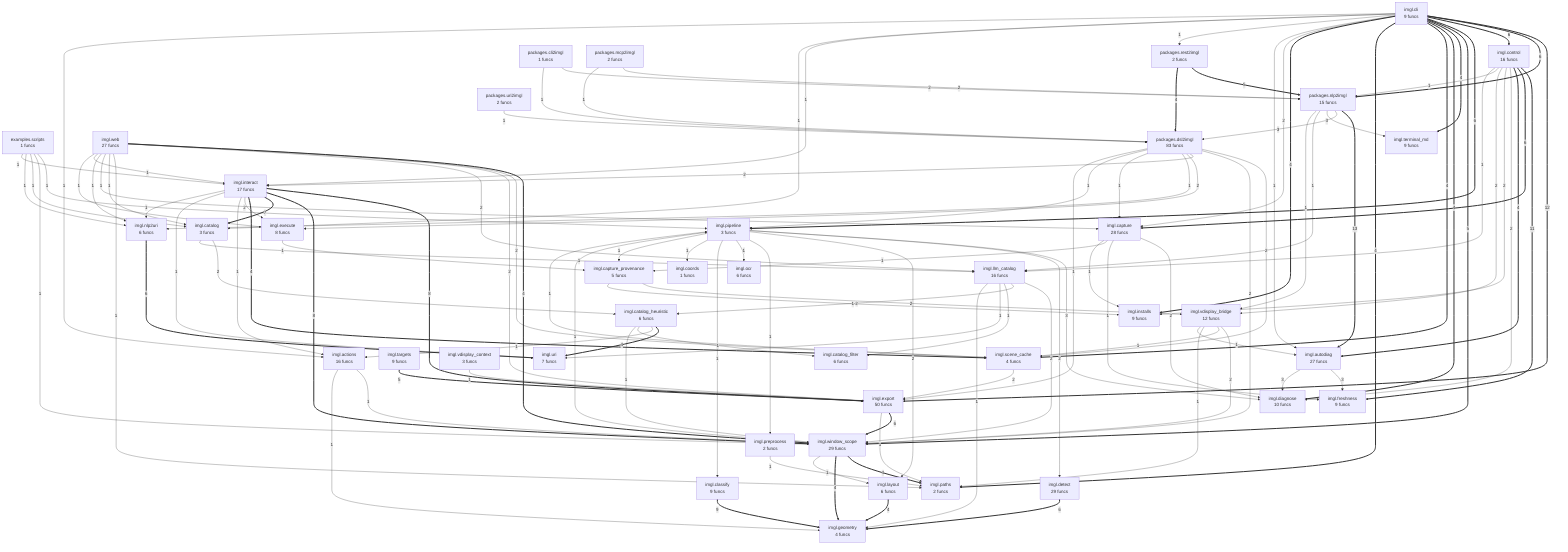
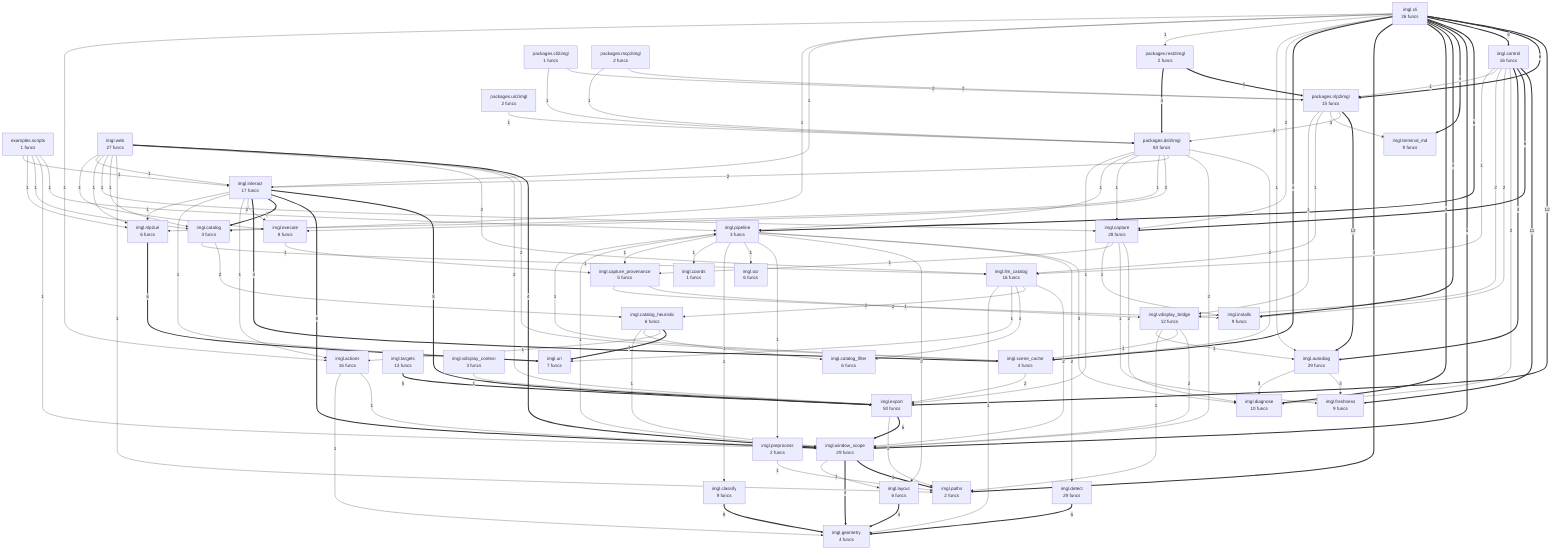
flowchart TD
- %% generated in 0.05s
+ %% generated in 0.03s
    examples__scripts["examples.scripts<br/>1 funcs"]
    imgl__actions["imgl.actions<br/>16 funcs"]
-     imgl__autodiag["imgl.autodiag<br/>27 funcs"]
+     imgl__autodiag["imgl.autodiag<br/>29 funcs"]
    imgl__capture["imgl.capture<br/>28 funcs"]
    imgl__capture_provenance["imgl.capture_provenance<br/>5 funcs"]
    imgl__catalog["imgl.catalog<br/>3 funcs"]
    imgl__catalog_filter["imgl.catalog_filter<br/>6 funcs"]
    imgl__catalog_heuristic["imgl.catalog_heuristic<br/>6 funcs"]
    imgl__classify["imgl.classify<br/>9 funcs"]
-     imgl__cli["imgl.cli<br/>9 funcs"]
+     imgl__cli["imgl.cli<br/>26 funcs"]
    imgl__control["imgl.control<br/>16 funcs"]
    imgl__coords["imgl.coords<br/>1 funcs"]
    imgl__detect["imgl.detect<br/>29 funcs"]
    imgl__diagnose["imgl.diagnose<br/>10 funcs"]
    imgl__execute["imgl.execute<br/>8 funcs"]
    imgl__export["imgl.export<br/>50 funcs"]
    imgl__freshness["imgl.freshness<br/>9 funcs"]
    imgl__geometry["imgl.geometry<br/>4 funcs"]
    imgl__installs["imgl.installs<br/>9 funcs"]
    imgl__interact["imgl.interact<br/>17 funcs"]
    imgl__layout["imgl.layout<br/>6 funcs"]
    imgl__llm_catalog["imgl.llm_catalog<br/>16 funcs"]
    imgl__nlp2uri["imgl.nlp2uri<br/>6 funcs"]
    imgl__ocr["imgl.ocr<br/>6 funcs"]
    imgl__paths["imgl.paths<br/>2 funcs"]
    imgl__pipeline["imgl.pipeline<br/>3 funcs"]
    imgl__preprocess["imgl.preprocess<br/>2 funcs"]
    imgl__scene_cache["imgl.scene_cache<br/>4 funcs"]
-     imgl__targets["imgl.targets<br/>9 funcs"]
+     imgl__targets["imgl.targets<br/>13 funcs"]
    imgl__terminal_md["imgl.terminal_md<br/>9 funcs"]
    imgl__uri["imgl.uri<br/>7 funcs"]
    imgl__vdisplay_bridge["imgl.vdisplay_bridge<br/>12 funcs"]
    imgl__vdisplay_context["imgl.vdisplay_context<br/>3 funcs"]
    imgl__web["imgl.web<br/>27 funcs"]
    imgl__window_scope["imgl.window_scope<br/>29 funcs"]
    packages__cli2imgl["packages.cli2imgl<br/>1 funcs"]
    packages__dsl2imgl["packages.dsl2imgl<br/>83 funcs"]
    packages__mcp2imgl["packages.mcp2imgl<br/>2 funcs"]
    packages__nlp2imgl["packages.nlp2imgl<br/>15 funcs"]
    packages__rest2imgl["packages.rest2imgl<br/>2 funcs"]
    packages__uri2imgl["packages.uri2imgl<br/>2 funcs"]
    packages__nlp2imgl ==>|13| imgl__autodiag
    imgl__cli ==>|12| imgl__export
    imgl__control ==>|11| imgl__freshness
    imgl__classify ==>|9| imgl__geometry
    imgl__interact ==>|8| imgl__export
    imgl__interact ==>|8| imgl__window_scope
    imgl__interact ==>|7| imgl__catalog
-     imgl__cli ==>|6| packages__nlp2imgl
-     imgl__cli ==>|6| imgl__control
-     imgl__cli ==>|6| imgl__pipeline
    imgl__nlp2uri ==>|6| imgl__uri
    imgl__control ==>|6| imgl__capture
    imgl__export ==>|6| imgl__window_scope
    imgl__detect ==>|6| imgl__geometry
+     imgl__cli ==>|6| packages__nlp2imgl
+     imgl__cli ==>|6| imgl__control
+     imgl__cli ==>|6| imgl__pipeline
    packages__rest2imgl ==>|5| packages__nlp2imgl
    imgl__cli ==>|5| imgl__window_scope
    imgl__targets ==>|5| imgl__export
    packages__rest2imgl ==>|4| packages__dsl2imgl
-     imgl__cli ==>|4| imgl__terminal_md
-     imgl__cli ==>|4| imgl__diagnose
-     imgl__cli ==>|4| imgl__scene_cache
-     imgl__cli ==>|4| imgl__paths
-     imgl__cli ==>|4| imgl__installs
    imgl__interact ==>|4| imgl__scene_cache
    imgl__layout ==>|4| imgl__geometry
    imgl__window_scope ==>|4| imgl__paths
    imgl__window_scope ==>|4| imgl__geometry
    imgl__control ==>|4| imgl__autodiag
    imgl__catalog_heuristic ==>|4| imgl__uri
    imgl__web ==>|4| imgl__window_scope
+     imgl__cli ==>|4| imgl__terminal_md
+     imgl__cli ==>|4| imgl__installs
+     imgl__cli ==>|4| imgl__diagnose
+     imgl__cli ==>|4| imgl__paths
+     imgl__cli ==>|4| imgl__scene_cache
    packages__nlp2imgl -->|3| packages__dsl2imgl
    packages__nlp2imgl -->|3| imgl__terminal_md
+     imgl__pipeline -->|3| imgl__diagnose
    imgl__autodiag -->|3| imgl__freshness
    imgl__autodiag -->|3| imgl__diagnose
-     imgl__pipeline -->|3| imgl__diagnose
    packages__cli2imgl -->|2| packages__nlp2imgl
    packages__mcp2imgl -->|2| packages__nlp2imgl
    packages__dsl2imgl -->|2| imgl__scene_cache
    packages__dsl2imgl -->|2| imgl__window_scope
    packages__dsl2imgl -->|2| imgl__interact
    packages__dsl2imgl -->|2| imgl__execute
-     imgl__cli -->|2| imgl__capture
    imgl__scene_cache -->|2| imgl__export
    imgl__interact -->|2| imgl__execute
    imgl__catalog -->|2| imgl__catalog_heuristic
    imgl__capture -->|2| imgl__diagnose
    imgl__llm_catalog -->|2| imgl__window_scope
    imgl__llm_catalog -->|2| imgl__catalog_heuristic
    imgl__pipeline -->|2| imgl__detect
    imgl__pipeline -->|2| imgl__layout
    imgl__control -->|2| imgl__diagnose
    imgl__control -->|2| imgl__installs
    imgl__control -->|2| imgl__vdisplay_bridge
    imgl__capture_provenance -->|2| imgl__vdisplay_bridge
    imgl__vdisplay_bridge -->|2| imgl__window_scope
    imgl__web -->|2| imgl__scene_cache
    imgl__web -->|2| imgl__export
    imgl__web -->|2| imgl__llm_catalog
+     imgl__cli -->|2| imgl__capture
    packages__cli2imgl -->|1| packages__dsl2imgl
    packages__uri2imgl -->|1| packages__dsl2imgl
    packages__mcp2imgl -->|1| packages__dsl2imgl
    packages__dsl2imgl -->|1| imgl__nlp2uri
    packages__dsl2imgl -->|1| imgl__capture
    packages__dsl2imgl -->|1| imgl__pipeline
    packages__dsl2imgl -->|1| imgl__export
    packages__nlp2imgl -->|1| imgl__llm_catalog
    packages__nlp2imgl -->|1| imgl__vdisplay_bridge
    examples__scripts -->|1| imgl__pipeline
    examples__scripts -->|1| imgl__window_scope
    examples__scripts -->|1| imgl__catalog
    examples__scripts -->|1| imgl__nlp2uri
    examples__scripts -->|1| imgl__interact
-     imgl__cli -->|1| imgl__autodiag
-     imgl__cli -->|1| packages__rest2imgl
-     imgl__cli -->|1| imgl__interact
-     imgl__cli -->|1| imgl__catalog
-     imgl__cli -->|1| imgl__actions
    imgl__scene_cache -->|1| imgl__pipeline
    imgl__interact -->|1| imgl__actions
    imgl__interact -->|1| imgl__uri
    imgl__interact -->|1| imgl__nlp2uri
    imgl__actions -->|1| imgl__window_scope
    imgl__actions -->|1| imgl__geometry
    imgl__catalog -->|1| imgl__llm_catalog
    imgl__capture -->|1| imgl__freshness
    imgl__capture -->|1| imgl__capture_provenance
    imgl__capture -->|1| imgl__installs
    imgl__preprocess -->|1| imgl__paths
    imgl__llm_catalog -->|1| imgl__catalog_filter
    imgl__llm_catalog -->|1| imgl__uri
    imgl__llm_catalog -->|1| imgl__geometry
    imgl__window_scope -->|1| imgl__pipeline
    imgl__window_scope -->|1| imgl__layout
+     imgl__vdisplay_context -->|1| imgl__export
    imgl__execute -->|1| imgl__capture_provenance
    imgl__pipeline -->|1| imgl__preprocess
    imgl__pipeline -->|1| imgl__ocr
    imgl__pipeline -->|1| imgl__classify
    imgl__pipeline -->|1| imgl__coords
    imgl__pipeline -->|1| imgl__capture_provenance
    imgl__control -->|1| packages__nlp2imgl
    imgl__control -->|1| imgl__llm_catalog
    imgl__capture_provenance -->|1| imgl__installs
    imgl__vdisplay_bridge -->|1| imgl__scene_cache
    imgl__vdisplay_bridge -->|1| imgl__paths
    imgl__vdisplay_bridge -->|1| imgl__autodiag
    imgl__catalog_heuristic -->|1| imgl__actions
    imgl__catalog_heuristic -->|1| imgl__catalog_filter
    imgl__catalog_heuristic -->|1| imgl__window_scope
    imgl__export -->|1| imgl__paths
    imgl__web -->|1| imgl__paths
    imgl__web -->|1| imgl__catalog
    imgl__web -->|1| imgl__capture
    imgl__web -->|1| imgl__nlp2uri
    imgl__web -->|1| imgl__interact
    imgl__web -->|1| imgl__execute
-     imgl__vdisplay_context -->|1| imgl__export
+     imgl__cli -->|1| imgl__autodiag
+     imgl__cli -->|1| packages__rest2imgl
+     imgl__cli -->|1| imgl__interact
+     imgl__cli -->|1| imgl__catalog
+     imgl__cli -->|1| imgl__actions
